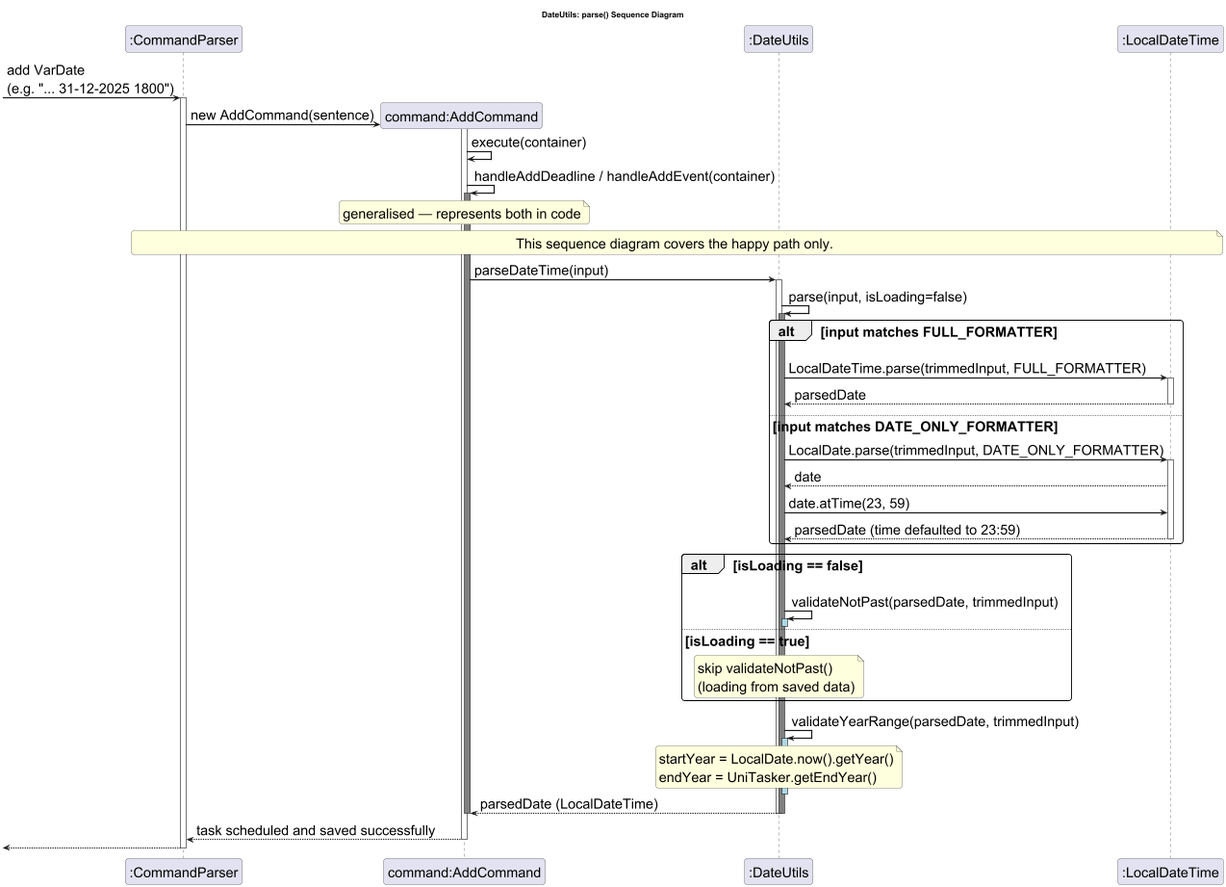
This is docs/pictures/DateUtilsSequence.png from AY2526S2-CS2113-T14-3/tp, a PlantUML export, as it was before one commit. Source of this version:
```plantuml
@startuml DateUtilsSequenceDiagram
!pragma teoz true


skinparam sequenceArrowThickness 2
skinparam roundcorner 10
skinparam DefaultFontSize 24
skinparam ArrowFontSize 24

title DateUtils: parse() Sequence Diagram

participant ":CommandParser" as CP

-> CP : add VarDate \n(e.g. "... 31-12-2025 1800")
activate CP

create "command:AddCommand" as command
CP -> command : new AddCommand(sentence)
activate command
command -> command : execute(container)

command -> command : handleAddDeadline / handleAddEvent(container)
activate command #grey
note over command : generalised — represents both in code

participant ":DateUtils" as DU
participant ":LocalDateTime" as LDT
note over CP, LDT : This sequence diagram covers the happy path only.

command -> DU : parseDateTime(input)
activate DU #white

DU -> DU : parse(input, isLoading=false)
activate DU #grey

alt input matches FULL_FORMATTER
    DU -> LDT : LocalDateTime.parse(trimmedInput, FULL_FORMATTER)
    activate LDT
    LDT --> DU : parsedDate
    deactivate LDT

else input matches DATE_ONLY_FORMATTER
    DU -> LDT : LocalDate.parse(trimmedInput, DATE_ONLY_FORMATTER)
    activate LDT
    LDT --> DU : date
    DU -> LDT : date.atTime(23, 59)
    LDT --> DU : parsedDate (time defaulted to 23:59)
    deactivate LDT
end

alt isLoading == false
    DU -> DU : validateNotPast(parsedDate, trimmedInput)
    activate DU #lightblue
    deactivate DU

else isLoading == true
    note over DU : skip validateNotPast()\n(loading from saved data)
end

DU -> DU : validateYearRange(parsedDate, trimmedInput)
activate DU #lightblue
note over DU : startYear = LocalDate.now().getYear()\nendYear = UniTasker.getEndYear()
deactivate DU

DU --> command : parsedDate (LocalDateTime)
deactivate DU
deactivate DU
deactivate command
command --> CP: task scheduled and saved successfully
deactivate command
deactivate command
<-- CP:

deactivate CP

@enduml
```
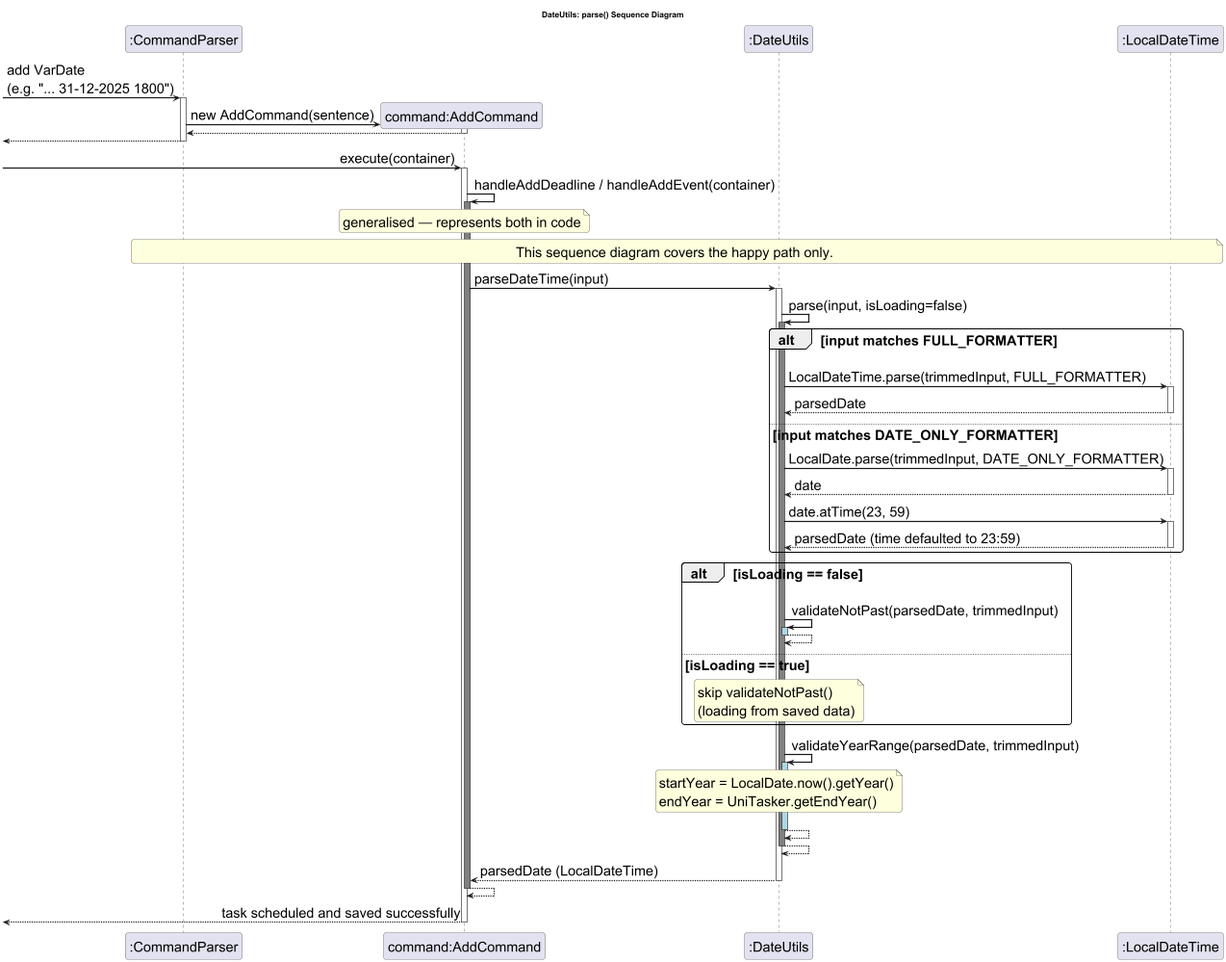
The same file after the commit.

What changed in the source:
```diff
@@ -17,8 +17,14 @@
 create "command:AddCommand" as command
 CP -> command : new AddCommand(sentence)
 activate command
-command -> command : execute(container)
+command --> CP
+deactivate command
 
+<-- CP
+deactivate CP
+-> command : execute(container)
+
+activate command
 command -> command : handleAddDeadline / handleAddEvent(container)
 activate command #grey
 note over command : generalised — represents both in code
@@ -43,7 +49,9 @@
     DU -> LDT : LocalDate.parse(trimmedInput, DATE_ONLY_FORMATTER)
     activate LDT
     LDT --> DU : date
+    deactivate LDT
     DU -> LDT : date.atTime(23, 59)
+    activate LDT
     LDT --> DU : parsedDate (time defaulted to 23:59)
     deactivate LDT
 end
@@ -51,6 +59,7 @@
 alt isLoading == false
     DU -> DU : validateNotPast(parsedDate, trimmedInput)
     activate DU #lightblue
+    DU -->DU
     deactivate DU
 
 else isLoading == true
@@ -58,18 +67,21 @@
 end
 
 DU -> DU : validateYearRange(parsedDate, trimmedInput)
+note over DU : startYear = LocalDate.now().getYear()\nendYear = UniTasker.getEndYear()
 activate DU #lightblue
-note over DU : startYear = LocalDate.now().getYear()\nendYear = UniTasker.getEndYear()
+||20||
 deactivate DU
+DU -->DU
+DU --> DU
+deactivate DU
+DU --> command : parsedDate (LocalDateTime)
 
-DU --> command : parsedDate (LocalDateTime)
 deactivate DU
-deactivate DU
+command -->command
 deactivate command
-command --> CP: task scheduled and saved successfully
+ <-- command : task scheduled and saved successfully
 deactivate command
 deactivate command
-<-- CP:
 
 deactivate CP
 
```
